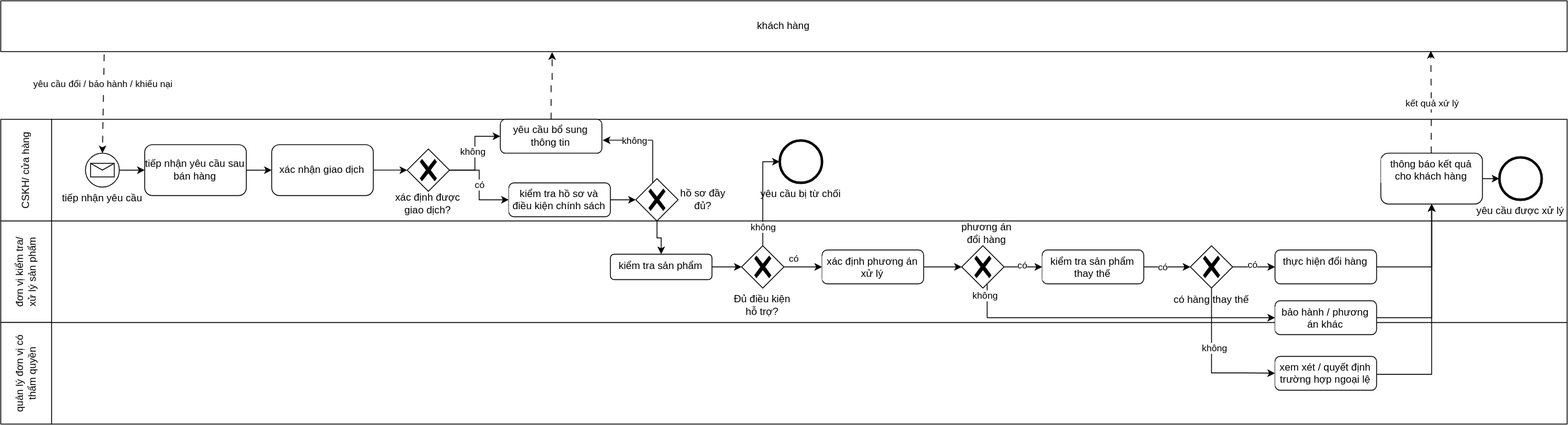
This is docs/workspaces/LuongTrieuKhang/image/S1_Doi_Hang_Bao_Hanh_Khieu_Nai.drawio.svg from anthinh-io/bpm-acfc-vietnam-analysis, a draw.io export, as it was before one commit. Source tidied: cells renumbered, new cells last; positions are measured from the earlier drawing's top-left corner, leaving out a move shared by most shapes.
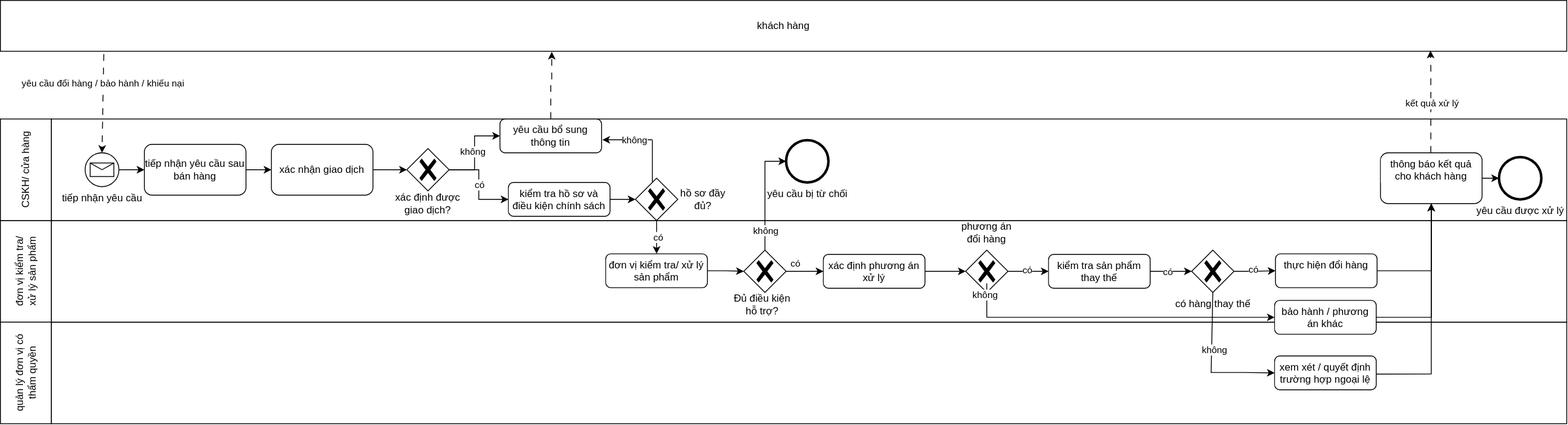
The same file after the commit.

What changed in the source:
```diff
@@ -32,7 +32,7 @@
     <mxCell id="11" style="endArrow=classic;html=1;rounded=0;entryX=0.5;entryY=0;entryDx=0;entryDy=0;entryPerimeter=0;exitX=0.066;exitY=1.056;exitDx=0;exitDy=0;exitPerimeter=0;dashed=1;dashPattern=8 8;" parent="1" edge="1" source="8" target="10">
       <mxGeometry relative="1" as="geometry" />
     </mxCell>
-    <mxCell id="12" value="yêu cầu đổi / bảo hành / khiếu nại" style="edgeLabel;html=1;align=center;verticalAlign=middle;" parent="11" vertex="1">
+    <mxCell id="12" value="yêu cầu đổi hàng / bảo hành / khiếu nại" style="edgeLabel;html=1;align=center;verticalAlign=middle;" parent="11" vertex="1">
       <mxGeometry x="-0.41" y="-1" relative="1" as="geometry" />
     </mxCell>
     <mxCell id="13" style="edgeStyle=orthogonalEdgeStyle;rounded=0;jettySize=auto;html=1;" parent="1" edge="1" source="14" target="15">
@@ -77,6 +77,9 @@
     <mxCell id="26" style="edgeStyle=orthogonalEdgeStyle;rounded=0;jettySize=auto;html=1;" parent="1" edge="1" source="27" target="33">
       <mxGeometry relative="1" as="geometry" />
     </mxCell>
+    <mxCell id="71" value="có" style="edgeLabel;html=1;align=center;verticalAlign=middle;" parent="26" vertex="1">
+      <mxGeometry x="0.04" y="1" relative="1" as="geometry" />
+    </mxCell>
     <mxCell id="27" style="points=[[0.25,0.25,0],[0.5,0,0],[0.75,0.25,0],[1,0.5,0],[0.75,0.75,0],[0.5,1,0],[0.25,0.75,0],[0,0.5,0]];shape=mxgraph.bpmn.gateway2;html=1;verticalLabelPosition=bottom;labelBackgroundColor=#ffffff;verticalAlign=top;align=center;perimeter=rhombusPerimeter;outlineConnect=0;outline=none;symbol=none;gwType=exclusive;" parent="1" vertex="1">
       <mxGeometry x="780" y="210" width="50" height="50" as="geometry" />
     </mxCell>
@@ -100,8 +103,8 @@
         <mxPoint x="800" y="165" as="targetPoint" />
       </mxGeometry>
     </mxCell>
-    <mxCell id="33" value="kiểm tra sản phẩm" style="rounded=1;whiteSpace=wrap;html=1;verticalAlign=top;labelBackgroundColor=#ffffff;" parent="1" vertex="1">
-      <mxGeometry x="750" y="299.3" width="120" height="30" as="geometry" />
+    <mxCell id="33" value="đơn vị kiểm tra/ xử lý sản phẩm" style="rounded=1;whiteSpace=wrap;html=1;verticalAlign=top;labelBackgroundColor=#ffffff;" parent="1" vertex="1">
+      <mxGeometry x="745" y="299.3" width="120" height="40" as="geometry" />
     </mxCell>
     <mxCell id="34" style="edgeStyle=orthogonalEdgeStyle;rounded=0;jettySize=auto;html=1;" parent="1" edge="1" source="36" target="40">
       <mxGeometry relative="1" as="geometry" />
@@ -112,7 +115,7 @@
       </mxGeometry>
     </mxCell>
     <mxCell id="36" style="points=[[0.25,0.25,0],[0.5,0,0],[0.75,0.25,0],[1,0.5,0],[0.75,0.75,0],[0.5,1,0],[0.25,0.75,0],[0,0.5,0]];shape=mxgraph.bpmn.gateway2;html=1;verticalLabelPosition=bottom;labelBackgroundColor=#ffffff;verticalAlign=top;align=center;perimeter=rhombusPerimeter;outlineConnect=0;outline=none;symbol=none;gwType=exclusive;" parent="1" vertex="1">
-      <mxGeometry x="905" y="289.3" width="50" height="50" as="geometry" />
+      <mxGeometry x="908" y="295" width="50" height="50" as="geometry" />
     </mxCell>
     <mxCell id="37" style="edgeStyle=orthogonalEdgeStyle;rounded=0;jettySize=auto;html=1;entryX=0;entryY=0.5;entryDx=0;entryDy=0;entryPerimeter=0;" parent="1" edge="1" source="33" target="36">
       <mxGeometry relative="1" as="geometry" />
@@ -124,10 +127,10 @@
       <mxGeometry relative="1" as="geometry" />
     </mxCell>
     <mxCell id="40" value="xác định phương án xử lý" style="rounded=1;whiteSpace=wrap;html=1;verticalAlign=top;labelBackgroundColor=#ffffff;" parent="1" vertex="1">
-      <mxGeometry x="1000" y="294.3" width="120" height="40" as="geometry" />
+      <mxGeometry x="1002" y="300" width="120" height="40" as="geometry" />
     </mxCell>
     <mxCell id="41" value="yêu cầu bị từ chối" style="points=[[0.145,0.145,0],[0.5,0,0],[0.855,0.145,0],[1,0.5,0],[0.855,0.855,0],[0.5,1,0],[0.145,0.855,0],[0,0.5,0]];shape=mxgraph.bpmn.event;html=1;verticalLabelPosition=bottom;labelBackgroundColor=#ffffff;verticalAlign=top;align=center;perimeter=ellipsePerimeter;outlineConnect=0;outline=end;symbol=terminate2;" parent="1" vertex="1">
-      <mxGeometry x="950" y="165" width="50" height="50" as="geometry" />
+      <mxGeometry x="958" y="165" width="50" height="50" as="geometry" />
     </mxCell>
     <mxCell id="42" style="edgeStyle=orthogonalEdgeStyle;rounded=0;jettySize=auto;html=1;entryX=0;entryY=0.5;entryDx=0;entryDy=0;entryPerimeter=0;" parent="1" edge="1" source="36" target="41">
       <mxGeometry relative="1" as="geometry" />
@@ -147,10 +150,10 @@
       </mxGeometry>
     </mxCell>
     <mxCell id="47" style="points=[[0.25,0.25,0],[0.5,0,0],[0.75,0.25,0],[1,0.5,0],[0.75,0.75,0],[0.5,1,0],[0.25,0.75,0],[0,0.5,0]];shape=mxgraph.bpmn.gateway2;html=1;verticalLabelPosition=bottom;labelBackgroundColor=#ffffff;verticalAlign=top;align=center;perimeter=rhombusPerimeter;outlineConnect=0;outline=none;symbol=none;gwType=exclusive;" parent="1" vertex="1">
-      <mxGeometry x="1165" y="289.3" width="50" height="50" as="geometry" />
+      <mxGeometry x="1170" y="295" width="50" height="50" as="geometry" />
     </mxCell>
     <mxCell id="48" value="kiểm tra sản phẩm thay thế" style="rounded=1;whiteSpace=wrap;html=1;verticalAlign=top;labelBackgroundColor=#ffffff;" parent="1" vertex="1">
-      <mxGeometry x="1260" y="294.3" width="120" height="40" as="geometry" />
+      <mxGeometry x="1268" y="300" width="120" height="40" as="geometry" />
     </mxCell>
     <mxCell id="49" style="edgeStyle=orthogonalEdgeStyle;rounded=0;jettySize=auto;html=1;" parent="1" edge="1" source="51" target="55">
       <mxGeometry relative="1" as="geometry" />
@@ -159,7 +162,7 @@
       <mxGeometry x="-0.1" y="3" relative="1" as="geometry" />
     </mxCell>
     <mxCell id="51" value="có hàng thay thế" style="points=[[0.25,0.25,0],[0.5,0,0],[0.75,0.25,0],[1,0.5,0],[0.75,0.75,0],[0.5,1,0],[0.25,0.75,0],[0,0.5,0]];shape=mxgraph.bpmn.gateway2;html=1;verticalLabelPosition=bottom;labelBackgroundColor=#ffffff;verticalAlign=top;align=center;perimeter=rhombusPerimeter;outlineConnect=0;outline=none;symbol=none;gwType=exclusive;" parent="1" vertex="1">
-      <mxGeometry x="1435" y="289.3" width="50" height="50" as="geometry" />
+      <mxGeometry x="1437" y="295" width="50" height="50" as="geometry" />
     </mxCell>
     <mxCell id="52" style="edgeStyle=orthogonalEdgeStyle;rounded=0;jettySize=auto;html=1;entryX=0;entryY=0.5;entryDx=0;entryDy=0;entryPerimeter=0;" parent="1" edge="1" source="48" target="51">
       <mxGeometry relative="1" as="geometry" />
@@ -171,7 +174,7 @@
       <mxGeometry relative="1" as="geometry" />
     </mxCell>
     <mxCell id="55" value="thực hiện đổi hàng" style="rounded=1;whiteSpace=wrap;html=1;verticalAlign=top;labelBackgroundColor=#ffffff;" parent="1" vertex="1">
-      <mxGeometry x="1535" y="294.3" width="120" height="40" as="geometry" />
+      <mxGeometry x="1536" y="299.3" width="120" height="40" as="geometry" />
     </mxCell>
     <mxCell id="56" style="edgeStyle=orthogonalEdgeStyle;rounded=0;jettySize=auto;html=1;entryX=0.5;entryY=1;entryDx=0;entryDy=0;" parent="1" edge="1" source="57" target="61">
       <mxGeometry relative="1" as="geometry" />
@@ -221,6 +224,10 @@
     <mxCell id="68" style="edgeStyle=orthogonalEdgeStyle;rounded=0;jettySize=auto;html=1;entryX=0.913;entryY=0.987;entryDx=0;entryDy=0;entryPerimeter=0;dashed=1;dashPattern=8 8;" parent="1" edge="1" target="8">
       <mxGeometry relative="1" as="geometry">
         <mxPoint x="1719.5" y="180" as="sourcePoint" />
+        <Array as="points">
+          <mxPoint x="1719" y="80" />
+          <mxPoint x="1719" y="80" />
+        </Array>
       </mxGeometry>
     </mxCell>
     <mxCell id="69" value="kết quả xử lý" style="edgeLabel;html=1;align=center;verticalAlign=middle;" parent="68" vertex="1">
```
